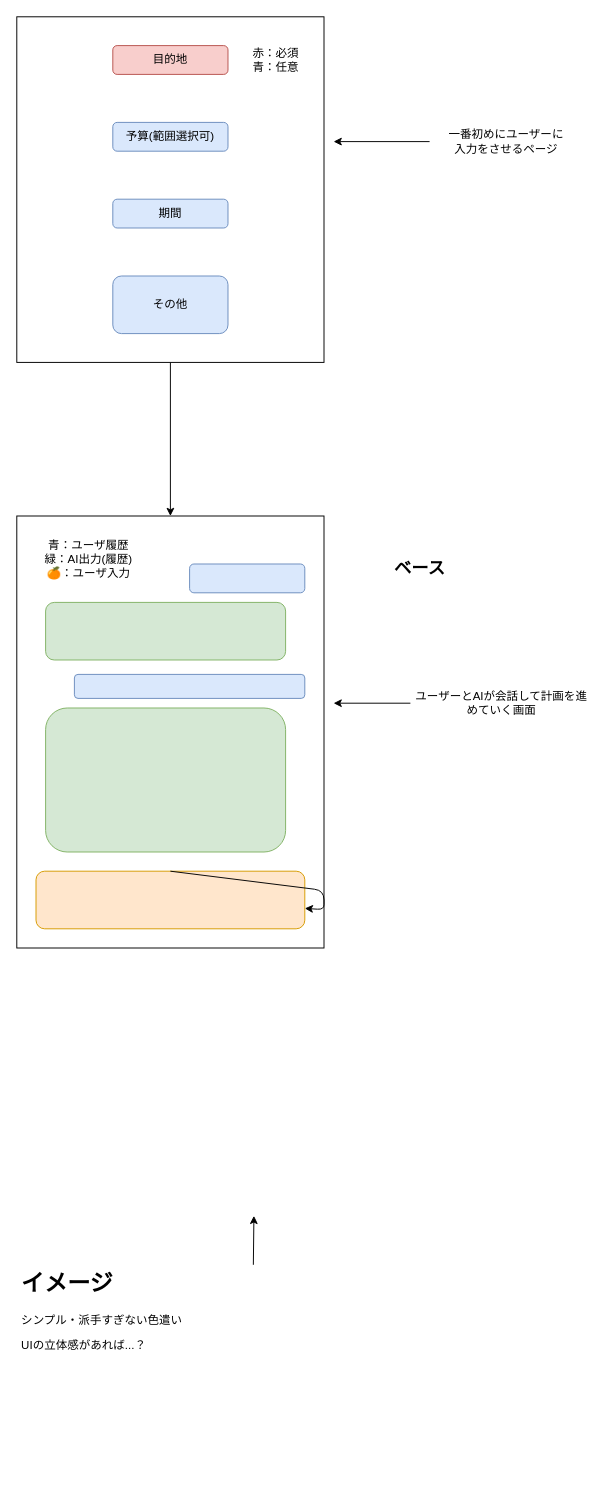
The draw.io diagram drawio/first_設計.drawio in KorRyu3/TriPal, before the edit. Source tidied: cells renumbered, new cells numbered last; positions are measured from the earlier drawing's top-left corner, leaving out a move shared by most shapes. Both pictures are drawn from the tidied source at 96%, with x=0, y=0 at pixel (16, 16).
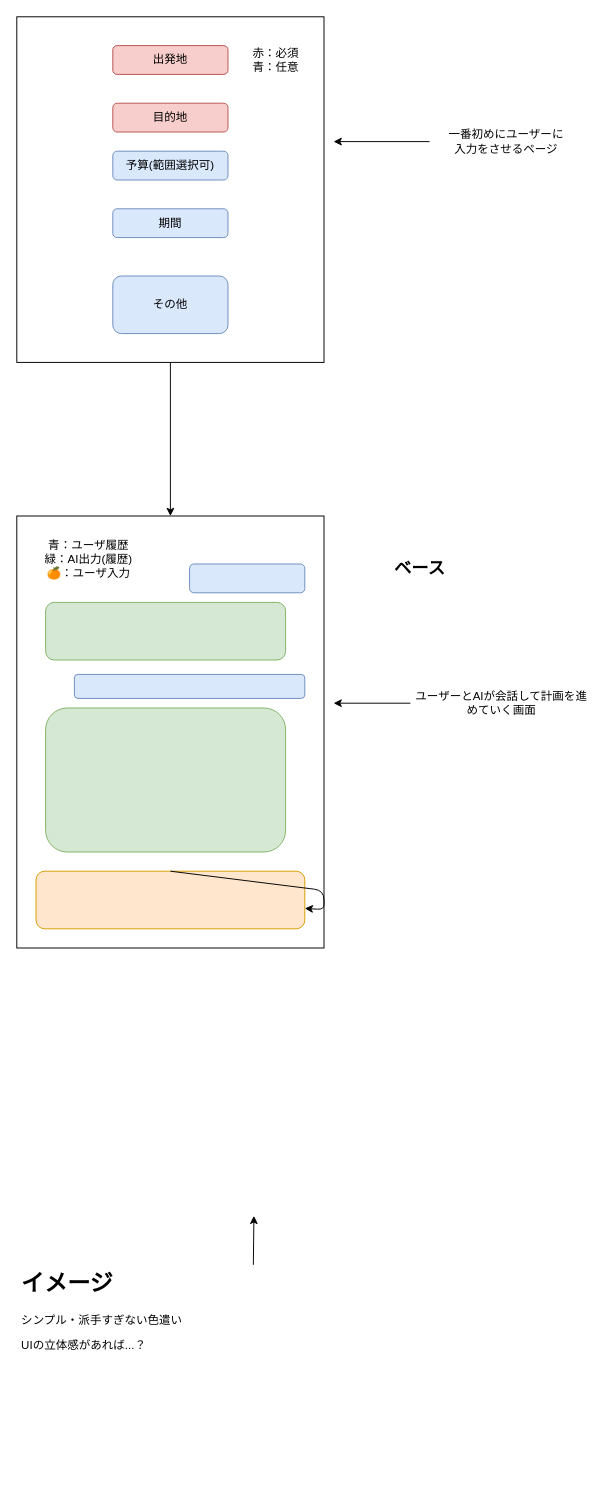
The same page after the edit.

Commit message:
[update] 初めの画面で出発地を入力させるようにしました。

The edit, as a diff of the source:
```diff
@@
     <mxCell id="5" value="目的地" style="rounded=1;whiteSpace=wrap;html=1;fillColor=#f8cecc;strokeColor=#b85450;" parent="1" vertex="1">
-      <mxGeometry x="100" y="30" width="120" height="30" as="geometry" />
+      <mxGeometry x="100" y="90" width="120" height="30" as="geometry" />
     </mxCell>
     <mxCell id="6" value="予算(範囲選択可)" style="rounded=1;whiteSpace=wrap;html=1;fillColor=#dae8fc;strokeColor=#6c8ebf;" parent="1" vertex="1">
-      <mxGeometry x="100" y="110" width="120" height="30" as="geometry" />
+      <mxGeometry x="100" y="140" width="120" height="30" as="geometry" />
     </mxCell>
     <mxCell id="7" value="期間" style="rounded=1;whiteSpace=wrap;html=1;fillColor=#dae8fc;strokeColor=#6c8ebf;" parent="1" vertex="1">
-      <mxGeometry x="100" y="190" width="120" height="30" as="geometry" />
+      <mxGeometry x="100" y="200" width="120" height="30" as="geometry" />
     </mxCell>
@@
+    <mxCell id="24" value="出発地" style="rounded=1;whiteSpace=wrap;html=1;fillColor=#f8cecc;strokeColor=#b85450;" parent="1" vertex="1">
+      <mxGeometry x="100" y="30" width="120" height="30" as="geometry" />
+    </mxCell>
```
